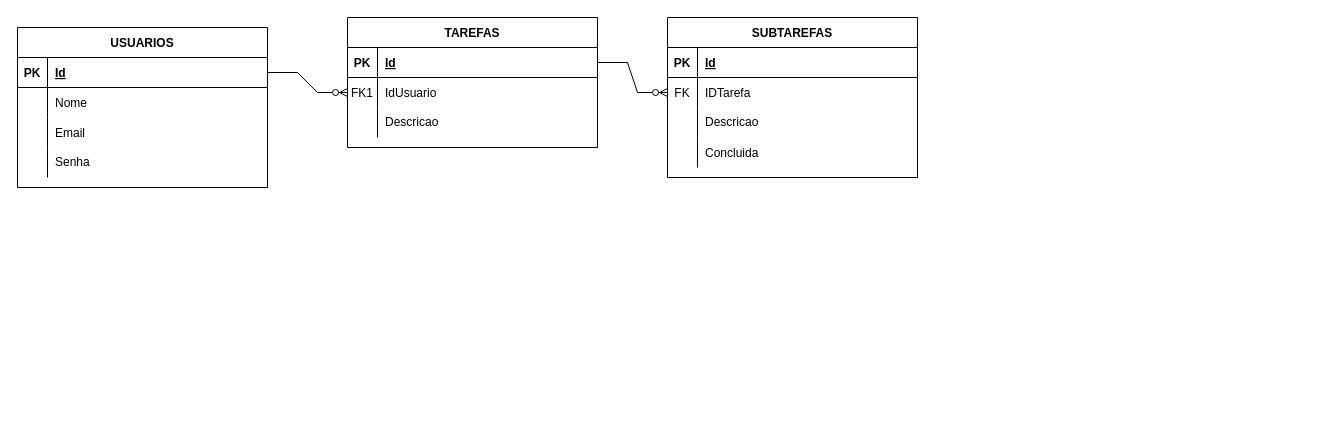
Above: docs/MODELO.drawio in acelera-dev-c4/todo-list-backend (draw.io), before the change. Source tidied: cells renumbered, new cells numbered last; positions are measured from the earlier drawing's top-left corner, leaving out a move shared by most shapes. Both pictures are drawn from the tidied source at 100%, with x=0, y=0 at pixel (17, 17).
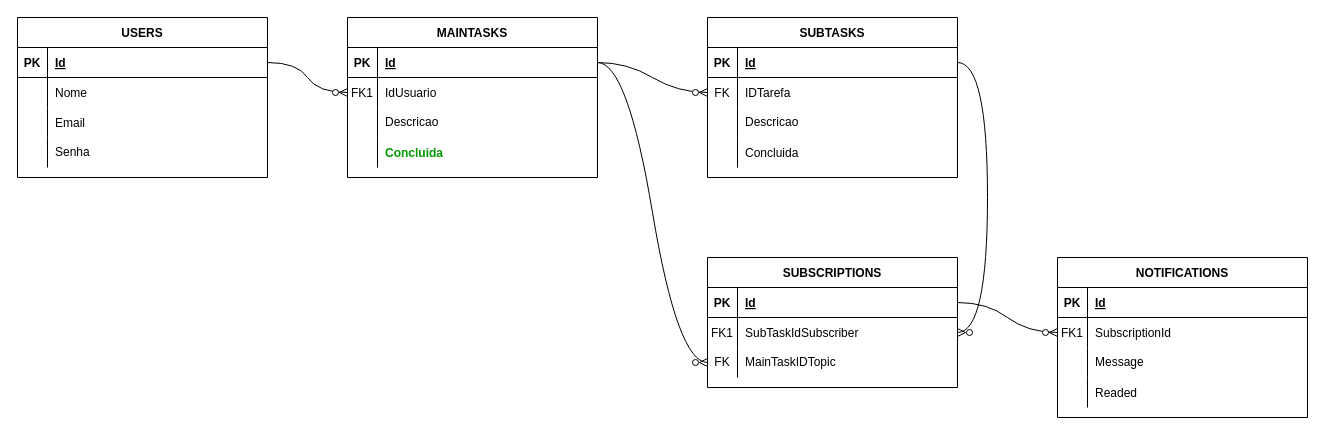
The same diagram, later.

Commit message:
Atualização do modelo.

The change refers to these unchanged cells:
```xml
<mxCell id="3" style="shape=partialRectangle;fillColor=none;points=[[0,0.5],[1,0.5]];portConstraint=eastwest;top=0;left=0;right=0;bottom=1;" parent="2" vertex="1">
  <mxGeometry y="30" width="250" height="30" as="geometry" />
</mxCell>
<mxCell id="6" style="shape=partialRectangle;fillColor=none;points=[[0,0.5],[1,0.5]];portConstraint=eastwest;top=0;left=0;right=0;bottom=0;" parent="2" vertex="1">
  <mxGeometry y="60" width="250" height="30" as="geometry" />
</mxCell>
<mxCell id="13" style="shape=partialRectangle;fillColor=none;points=[[0,0.5],[1,0.5]];portConstraint=eastwest;top=0;left=0;right=0;bottom=1;" parent="12" vertex="1">
  <mxGeometry y="30" width="250" height="30" as="geometry" />
</mxCell>
<mxCell id="16" style="shape=partialRectangle;fillColor=none;points=[[0,0.5],[1,0.5]];portConstraint=eastwest;top=0;left=0;right=0;bottom=0;" parent="12" vertex="1">
  <mxGeometry y="60" width="250" height="30" as="geometry" />
</mxCell>
<mxCell id="26" style="shape=partialRectangle;fillColor=none;points=[[0,0.5],[1,0.5]];portConstraint=eastwest;top=0;left=0;right=0;bottom=1;" parent="25" vertex="1">
  <mxGeometry y="30" width="250" height="30" as="geometry" />
</mxCell>
```

Change to the diagram source:
```diff
@@
-    <mxCell id="2" value="TAREFAS" style="shape=table;startSize=30;childLayout=tableLayout;rowLines=0;fontStyle=1;align=center;" parent="1" vertex="1">
-      <mxGeometry x="330" width="250" height="130" as="geometry" />
+    <mxCell id="2" value="MAINTASKS" style="shape=table;startSize=30;childLayout=tableLayout;rowLines=0;fontStyle=1;align=center;" parent="1" vertex="1">
+      <mxGeometry x="330" width="250" height="160" as="geometry" />
     </mxCell>
@@
+    <mxCell id="40" style="shape=tableRow;horizontal=0;startSize=0;swimlaneHead=0;swimlaneBody=0;fillColor=none;top=0;left=0;right=0;bottom=0;" parent="2" vertex="1">
+      <mxGeometry y="120" width="250" height="30" as="geometry" />
+    </mxCell>
+    <mxCell id="41" style="shape=partialRectangle;fillColor=none;top=0;left=0;bottom=0;right=0;overflow=hidden;" parent="40" vertex="1">
+      <mxGeometry width="30" height="30" as="geometry" />
+    </mxCell>
+    <mxCell id="42" value="Concluida" style="shape=partialRectangle;fillColor=none;top=0;left=0;bottom=0;right=0;align=left;spacingLeft=6;overflow=hidden;fontStyle=1;fontColor=#009900;" parent="40" vertex="1">
+      <mxGeometry x="30" width="220" height="30" as="geometry" />
+    </mxCell>
-    <mxCell id="12" value="SUBTAREFAS" style="shape=table;startSize=30;childLayout=tableLayout;rowLines=0;fontStyle=1;align=center;" parent="1" vertex="1">
-      <mxGeometry x="650" width="250" height="160" as="geometry" />
+    <mxCell id="12" value="SUBTASKS" style="shape=table;startSize=30;childLayout=tableLayout;rowLines=0;fontStyle=1;align=center;" parent="1" vertex="1">
+      <mxGeometry x="690" width="250" height="160" as="geometry" />
     </mxCell>
@@
-    <mxCell id="25" value="USUARIOS" style="shape=table;startSize=30;childLayout=tableLayout;rowLines=0;fontStyle=1;align=center;" parent="1" vertex="1">
-      <mxGeometry y="10" width="250" height="160" as="geometry" />
+    <mxCell id="25" value="USERS" style="shape=table;startSize=30;childLayout=tableLayout;rowLines=0;fontStyle=1;align=center;" parent="1" vertex="1">
+      <mxGeometry width="250" height="160" as="geometry" />
     </mxCell>
@@
-    <mxCell id="38" style="edgeStyle=entityRelationEdgeStyle;fontSize=12;html=1;endArrow=ERzeroToMany;endFill=1;rounded=0;exitX=1;exitY=0.5;exitDx=0;exitDy=0;entryX=0;entryY=0.5;entryDx=0;entryDy=0;" parent="1" edge="1" source="26" target="6">
+    <mxCell id="38" style="edgeStyle=entityRelationEdgeStyle;fontSize=12;html=1;endArrow=ERzeroToMany;endFill=1;rounded=0;exitX=1;exitY=0.5;exitDx=0;exitDy=0;entryX=0;entryY=0.5;entryDx=0;entryDy=0;curved=1;" parent="1" edge="1" source="26" target="6">
       <mxGeometry relative="1" as="geometry" />
     </mxCell>
-    <mxCell id="39" style="edgeStyle=entityRelationEdgeStyle;fontSize=12;html=1;endArrow=ERzeroToMany;endFill=1;rounded=0;exitX=1;exitY=0.5;exitDx=0;exitDy=0;entryX=0;entryY=0.5;entryDx=0;entryDy=0;" parent="1" edge="1" source="3" target="16">
+    <mxCell id="39" style="edgeStyle=entityRelationEdgeStyle;fontSize=12;html=1;endArrow=ERzeroToMany;endFill=1;rounded=0;exitX=1;exitY=0.5;exitDx=0;exitDy=0;entryX=0;entryY=0.5;entryDx=0;entryDy=0;curved=1;" parent="1" edge="1" source="3" target="16">
       <mxGeometry relative="1" as="geometry" />
     </mxCell>
+    <mxCell id="43" value="NOTIFICATIONS" style="shape=table;startSize=30;childLayout=tableLayout;rowLines=0;fontStyle=1;align=center;" parent="1" vertex="1">
+      <mxGeometry x="1040" y="240" width="250" height="160" as="geometry" />
+    </mxCell>
+    <mxCell id="44" style="shape=partialRectangle;fillColor=none;top=0;left=0;right=0;bottom=1;" parent="43" vertex="1">
+      <mxGeometry y="30" width="250" height="30" as="geometry" />
+    </mxCell>
+    <mxCell id="45" value="PK" style="shape=partialRectangle;overflow=hidden;fillColor=none;top=0;left=0;bottom=0;right=0;fontStyle=1;" parent="44" vertex="1">
+      <mxGeometry width="30" height="30" as="geometry" />
+    </mxCell>
+    <mxCell id="46" value="Id" style="shape=partialRectangle;overflow=hidden;fillColor=none;top=0;left=0;bottom=0;right=0;align=left;spacingLeft=6;fontStyle=5;" parent="44" vertex="1">
+      <mxGeometry x="30" width="220" height="30" as="geometry" />
+    </mxCell>
+    <mxCell id="47" style="shape=partialRectangle;fillColor=none;points=[[0,0.5],[1,0.5]];portConstraint=eastwest;top=0;left=0;right=0;bottom=0;" parent="43" vertex="1">
+      <mxGeometry y="60" width="250" height="30" as="geometry" />
+    </mxCell>
+    <mxCell id="48" value="FK1" style="shape=partialRectangle;overflow=hidden;fillColor=none;top=0;left=0;bottom=0;right=0;" parent="47" vertex="1">
+      <mxGeometry width="30" height="30" as="geometry" />
+    </mxCell>
+    <mxCell id="49" value="SubscriptionId" style="shape=partialRectangle;overflow=hidden;fillColor=none;top=0;left=0;bottom=0;right=0;align=left;spacingLeft=6;" parent="47" vertex="1">
+      <mxGeometry x="30" width="220" height="30" as="geometry" />
+    </mxCell>
+    <mxCell id="50" style="shape=tableRow;horizontal=0;startSize=0;swimlaneHead=0;swimlaneBody=0;fillColor=none;top=0;left=0;right=0;bottom=0;" parent="43" vertex="1">
+      <mxGeometry y="90" width="250" height="30" as="geometry" />
+    </mxCell>
+    <mxCell id="51" style="shape=partialRectangle;fillColor=none;top=0;left=0;bottom=0;right=0;fontStyle=0;overflow=hidden;whiteSpace=wrap;html=1;" parent="50" vertex="1">
+      <mxGeometry width="30" height="30" as="geometry" />
+    </mxCell>
+    <mxCell id="52" value="Message" style="shape=partialRectangle;fillColor=none;top=0;left=0;bottom=0;right=0;align=left;spacingLeft=6;fontStyle=0;overflow=hidden;whiteSpace=wrap;html=1;" parent="50" vertex="1">
+      <mxGeometry x="30" width="220" height="30" as="geometry" />
+    </mxCell>
+    <mxCell id="53" style="shape=tableRow;horizontal=0;startSize=0;swimlaneHead=0;swimlaneBody=0;fillColor=none;top=0;left=0;right=0;bottom=0;" parent="43" vertex="1">
+      <mxGeometry y="120" width="250" height="30" as="geometry" />
+    </mxCell>
+    <mxCell id="54" style="shape=partialRectangle;fillColor=none;top=0;left=0;bottom=0;right=0;overflow=hidden;" parent="53" vertex="1">
+      <mxGeometry width="30" height="30" as="geometry" />
+    </mxCell>
+    <mxCell id="55" value="Readed" style="shape=partialRectangle;fillColor=none;top=0;left=0;bottom=0;right=0;align=left;spacingLeft=6;overflow=hidden;" parent="53" vertex="1">
+      <mxGeometry x="30" width="220" height="30" as="geometry" />
+    </mxCell>
+    <mxCell id="56" style="edgeStyle=entityRelationEdgeStyle;fontSize=12;html=1;endArrow=ERzeroToMany;endFill=1;rounded=0;exitX=1;exitY=0.5;exitDx=0;exitDy=0;curved=1;entryX=0;entryY=0.5;entryDx=0;entryDy=0;" parent="1" edge="1" source="58" target="47">
+      <mxGeometry relative="1" as="geometry" />
+    </mxCell>
+    <mxCell id="57" value="SUBSCRIPTIONS" style="shape=table;startSize=30;childLayout=tableLayout;rowLines=0;fontStyle=1;align=center;" parent="1" vertex="1">
+      <mxGeometry x="690" y="240" width="250" height="130" as="geometry" />
+    </mxCell>
+    <mxCell id="58" style="shape=partialRectangle;fillColor=none;points=[[0,0.5],[1,0.5]];portConstraint=eastwest;top=0;left=0;right=0;bottom=1;" parent="57" vertex="1">
+      <mxGeometry y="30" width="250" height="30" as="geometry" />
+    </mxCell>
+    <mxCell id="59" value="PK" style="shape=partialRectangle;overflow=hidden;fillColor=none;top=0;left=0;bottom=0;right=0;fontStyle=1;" parent="58" vertex="1">
+      <mxGeometry width="30" height="30" as="geometry" />
+    </mxCell>
+    <mxCell id="60" value="Id" style="shape=partialRectangle;overflow=hidden;fillColor=none;top=0;left=0;bottom=0;right=0;align=left;spacingLeft=6;fontStyle=5;" parent="58" vertex="1">
+      <mxGeometry x="30" width="220" height="30" as="geometry" />
+    </mxCell>
+    <mxCell id="61" style="shape=partialRectangle;fillColor=none;points=[[0,0.5],[1,0.5]];portConstraint=eastwest;top=0;left=0;right=0;bottom=0;" parent="57" vertex="1">
+      <mxGeometry y="60" width="250" height="30" as="geometry" />
+    </mxCell>
+    <mxCell id="62" value="FK1" style="shape=partialRectangle;overflow=hidden;fillColor=none;top=0;left=0;bottom=0;right=0;" parent="61" vertex="1">
+      <mxGeometry width="30" height="30" as="geometry" />
+    </mxCell>
+    <mxCell id="63" value="SubTaskIdSubscriber" style="shape=partialRectangle;overflow=hidden;fillColor=none;top=0;left=0;bottom=0;right=0;align=left;spacingLeft=6;" parent="61" vertex="1">
+      <mxGeometry x="30" width="220" height="30" as="geometry" />
+    </mxCell>
+    <mxCell id="64" style="shape=tableRow;horizontal=0;startSize=0;swimlaneHead=0;swimlaneBody=0;fillColor=none;points=[[0,0.5],[1,0.5]];portConstraint=eastwest;top=0;left=0;right=0;bottom=0;" parent="57" vertex="1">
+      <mxGeometry y="90" width="250" height="30" as="geometry" />
+    </mxCell>
+    <mxCell id="65" value="FK" style="shape=partialRectangle;fillColor=none;top=0;left=0;bottom=0;right=0;fontStyle=0;overflow=hidden;whiteSpace=wrap;html=1;" parent="64" vertex="1">
+      <mxGeometry width="30" height="30" as="geometry" />
+    </mxCell>
+    <mxCell id="66" value="MainTaskIDTopic" style="shape=partialRectangle;fillColor=none;top=0;left=0;bottom=0;right=0;align=left;spacingLeft=6;fontStyle=0;overflow=hidden;whiteSpace=wrap;html=1;" parent="64" vertex="1">
+      <mxGeometry x="30" width="220" height="30" as="geometry" />
+    </mxCell>
+    <mxCell id="67" style="edgeStyle=entityRelationEdgeStyle;fontSize=12;html=1;endArrow=ERzeroToMany;endFill=1;rounded=0;exitX=1;exitY=0.5;exitDx=0;exitDy=0;entryX=0;entryY=0.5;entryDx=0;entryDy=0;curved=1;" parent="1" edge="1" source="3" target="64">
+      <mxGeometry relative="1" as="geometry" />
+    </mxCell>
+    <mxCell id="68" style="edgeStyle=entityRelationEdgeStyle;fontSize=12;html=1;endArrow=ERzeroToMany;endFill=1;rounded=0;exitX=1;exitY=0.5;exitDx=0;exitDy=0;entryX=1;entryY=0.5;entryDx=0;entryDy=0;curved=1;" parent="1" edge="1" source="13" target="61">
+      <mxGeometry relative="1" as="geometry" />
+    </mxCell>
```
